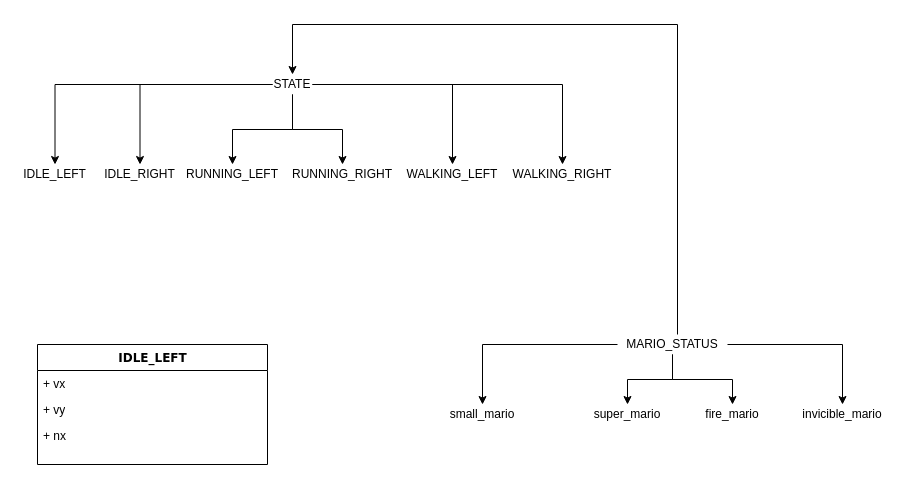
Above: page "Mario-Character_state" (2 of 2) of Super-Mario-Bros-3/Super-Mario-Bros-3.drawio in dxv2k/SE102-intro-game-development (draw.io), before the change. Source tidied: cells renumbered, new cells numbered last; positions are measured from the earlier drawing's top-left corner, leaving out a move shared by most shapes. Both pictures are drawn from the tidied source at 100%, with x=0, y=0 at pixel (17, 24).
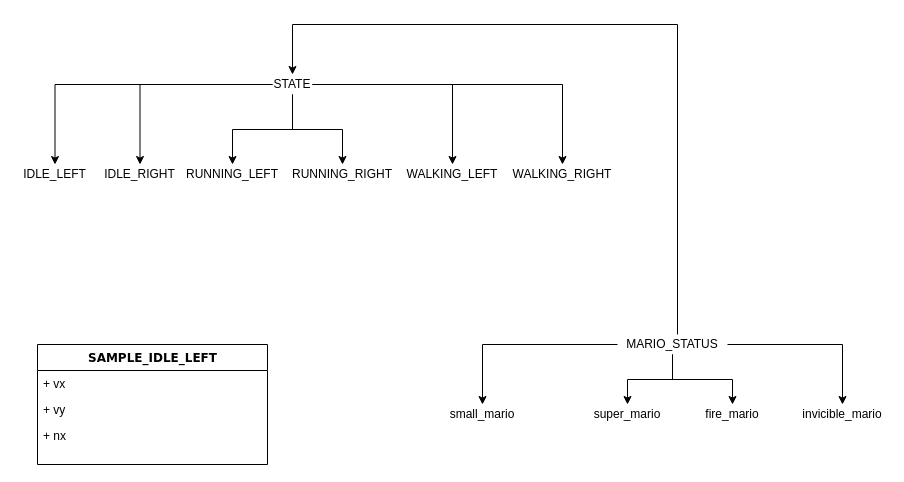
The same page after the edit.

Commit message:
update Mario character state

What changed in the source:
```diff
@@
-    <mxCell id="25" value="IDLE_LEFT" style="swimlane;html=1;fontStyle=1;align=center;verticalAlign=top;horizontal=1;startSize=26;swimlaneFillColor=#ffffff;rounded=0;shadow=0;comic=0;labelBackgroundColor=none;strokeWidth=1;fillColor=none;fontFamily=Verdana;fontSize=12;" parent="1" vertex="1">
+    <mxCell id="25" value="SAMPLE_IDLE_LEFT" style="swimlane;html=1;fontStyle=1;align=center;verticalAlign=top;horizontal=1;startSize=26;swimlaneFillColor=#ffffff;rounded=0;shadow=0;comic=0;labelBackgroundColor=none;strokeWidth=1;fillColor=none;fontFamily=Verdana;fontSize=12;" parent="1" vertex="1">
       <mxGeometry x="20" y="320" width="230" height="120" as="geometry" />
     </mxCell>
```
